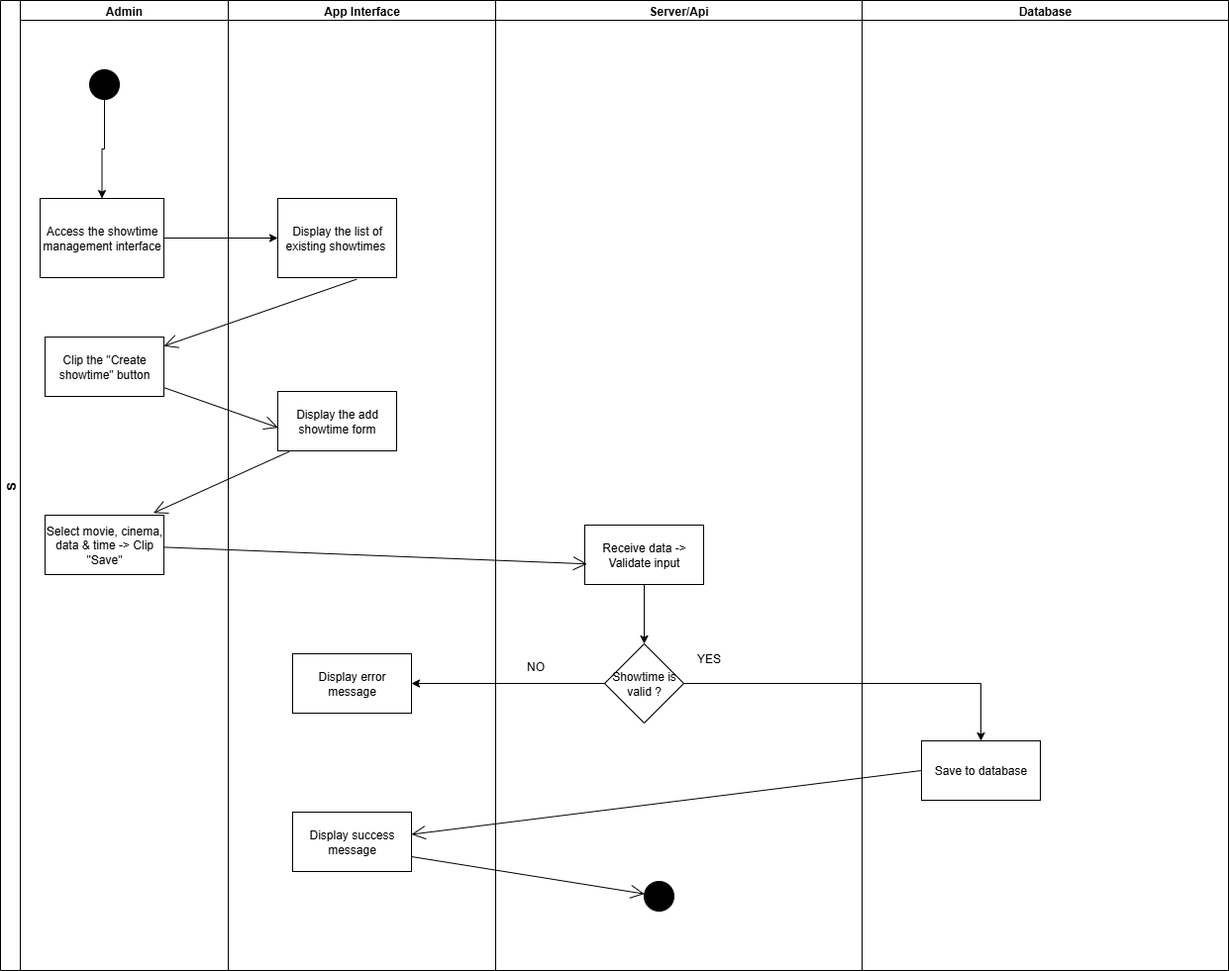
LeQuan114/cinema_system keeps this draw.io diagram as Add_Movie_Showtimes.drawio.png. Above is the earlier version. Source tidied: cells renumbered, new cells last; positions are measured from the earlier drawing's top-left corner, leaving out a move shared by most shapes.
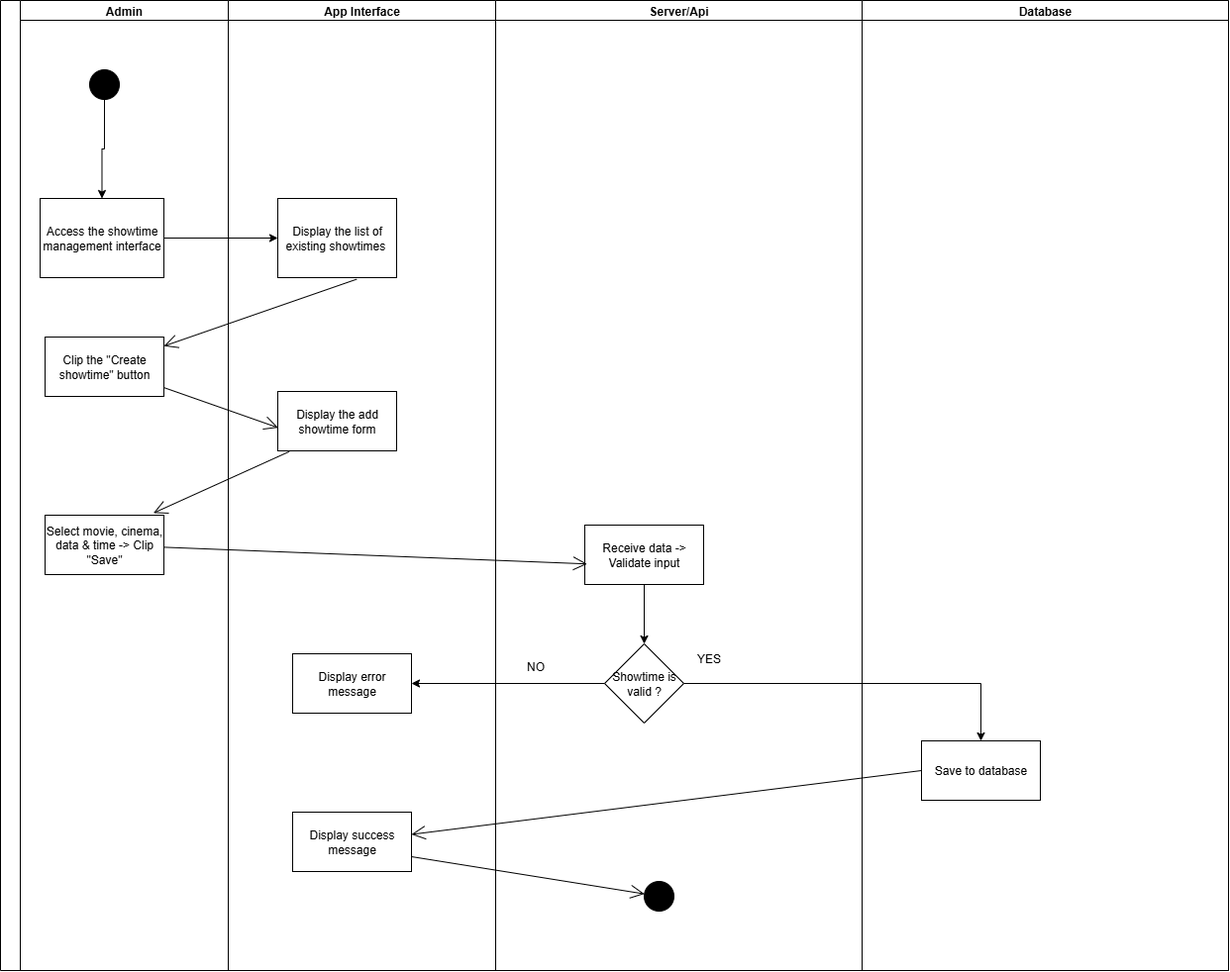
The same file after the commit.

Change to the diagram source:
```diff
@@ -2,7 +2,7 @@
   <root>
     <mxCell id="0" />
     <mxCell id="1" parent="0" />
-    <mxCell id="2" value="S" style="swimlane;startSize=20;horizontal=0;" parent="1" vertex="1">
+    <mxCell id="2" style="swimlane;startSize=20;horizontal=0;" parent="1" vertex="1">
       <mxGeometry width="1240" height="980" as="geometry" />
     </mxCell>
     <mxCell id="3" value="Admin" style="swimlane;startSize=20;" parent="2" vertex="1">
```
